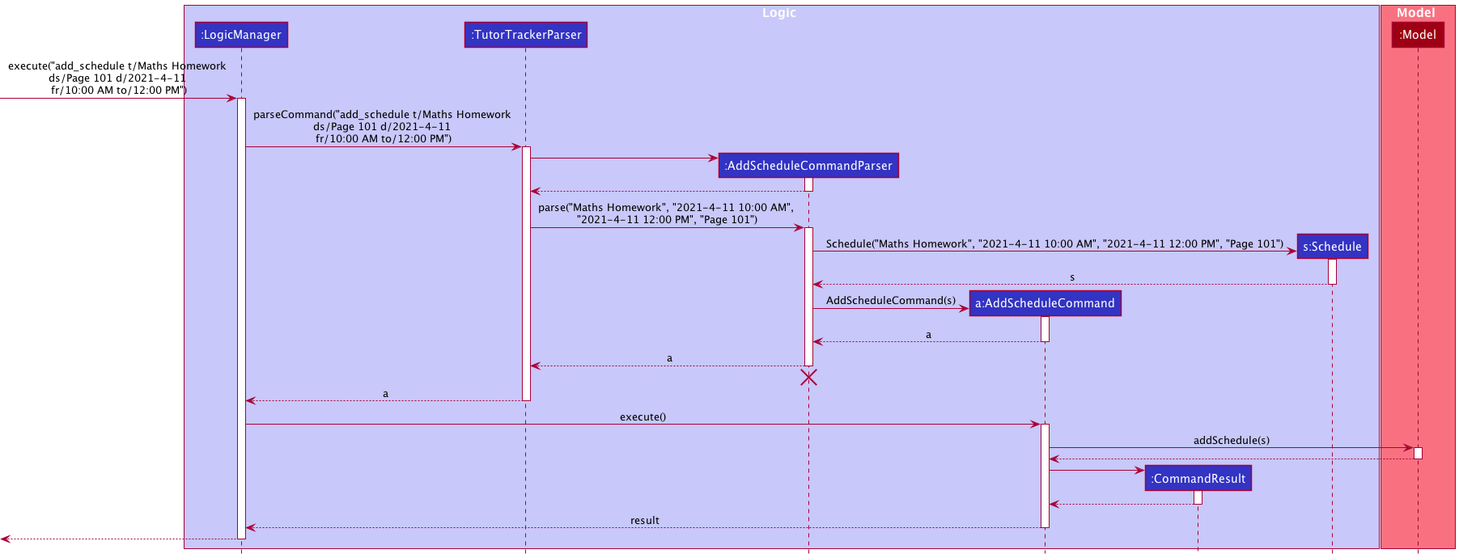
nus-cs2103-AY2021S2/tp keeps this PlantUML diagram as docs/images/schedule/ScheduleSequenceDiagram.png. Above is the earlier version.
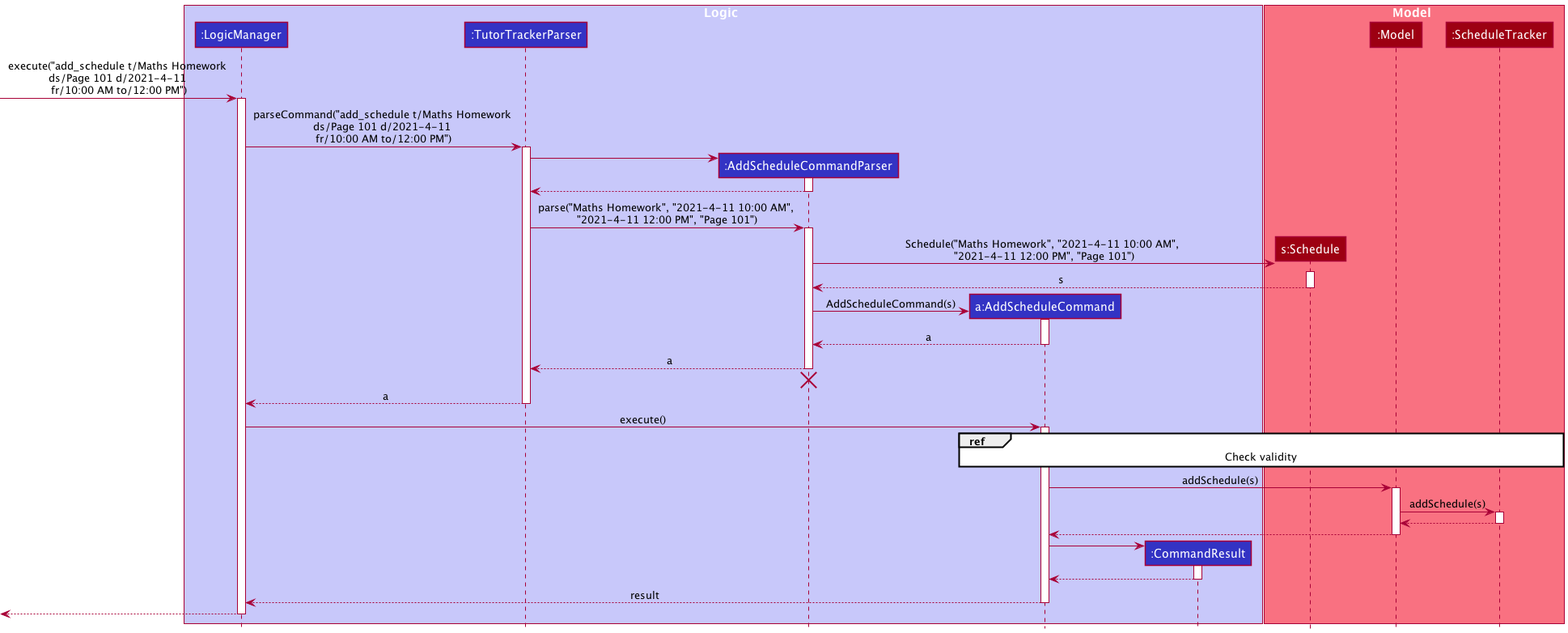
Above is the later version.

The edit, as a diff of the source:
```diff
@@ -7,11 +7,12 @@
 participant ":AddScheduleCommandParser" as AddScheduleCommandParser LOGIC_COLOR
 participant "a:AddScheduleCommand" as AddScheduleCommand LOGIC_COLOR
 participant ":CommandResult" as CommandResult LOGIC_COLOR
-participant "s:Schedule" as Schedule LOGIC_COLOR
 end box
 
 box Model MODEL_COLOR_T1
+participant "s:Schedule" as Schedule MODEL_COLOR
 participant ":Model" as Model MODEL_COLOR
+participant ":ScheduleTracker" as ScheduleTracker MODEL_COLOR
 end box
 
 [-> LogicManager : execute("add_schedule t/Maths Homework \nds/Page 101 d/2021-4-11 \nfr/10:00 AM to/12:00 PM")
@@ -31,7 +32,7 @@
 activate AddScheduleCommandParser
 
 create Schedule
-AddScheduleCommandParser -> Schedule : Schedule("Maths Homework", "2021-4-11 10:00 AM", "2021-4-11 12:00 PM", "Page 101")
+AddScheduleCommandParser -> Schedule : Schedule("Maths Homework", "2021-4-11 10:00 AM", \n"2021-4-11 12:00 PM", "Page 101")
 activate Schedule
 
 Schedule --> AddScheduleCommandParser : s
@@ -55,8 +56,16 @@
 LogicManager -> AddScheduleCommand : execute()
 activate AddScheduleCommand
 
+ref over AddScheduleCommand, ScheduleTracker : Check validity
+
 AddScheduleCommand -> Model : addSchedule(s)
 activate Model
+
+Model -> ScheduleTracker : addSchedule(s)
+activate ScheduleTracker
+
+ScheduleTracker --> Model
+deactivate ScheduleTracker
 
 Model --> AddScheduleCommand
 deactivate Model
```
